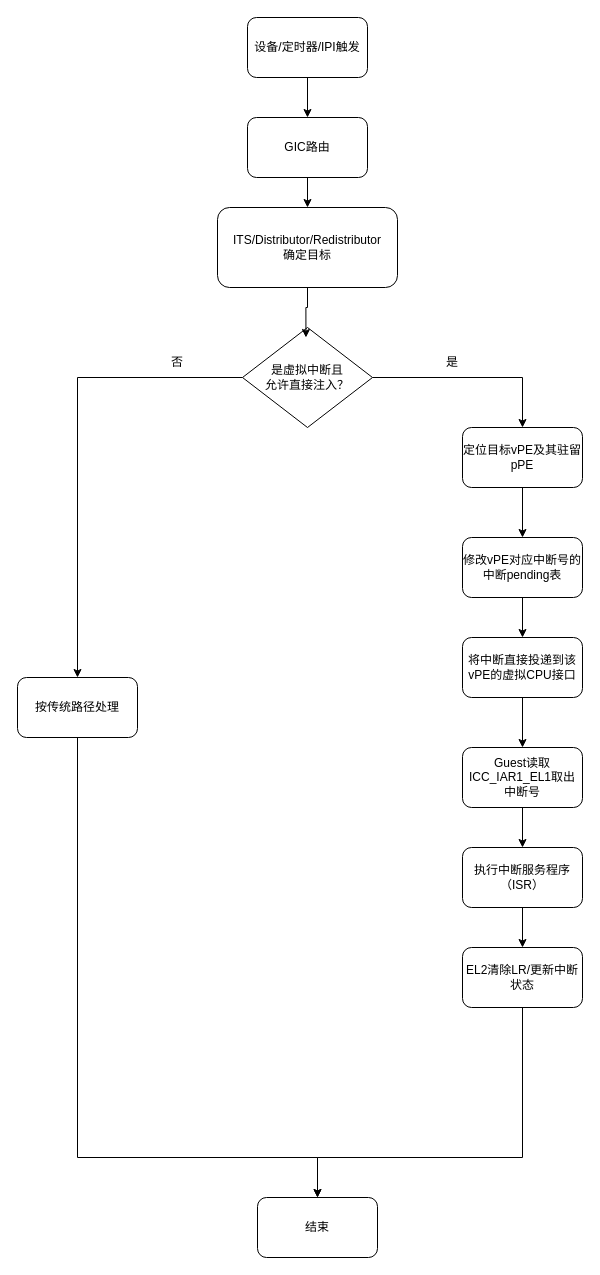
The draw.io diagram store_picture/直接注入.drawio in LQ0623/draw_io_picture, before the edit. Source tidied: cells renumbered, new cells numbered last; positions are measured from the earlier drawing's top-left corner, leaving out a move shared by most shapes. Both pictures are drawn from the tidied source at 100%, with x=0, y=0 at pixel (17, 17).
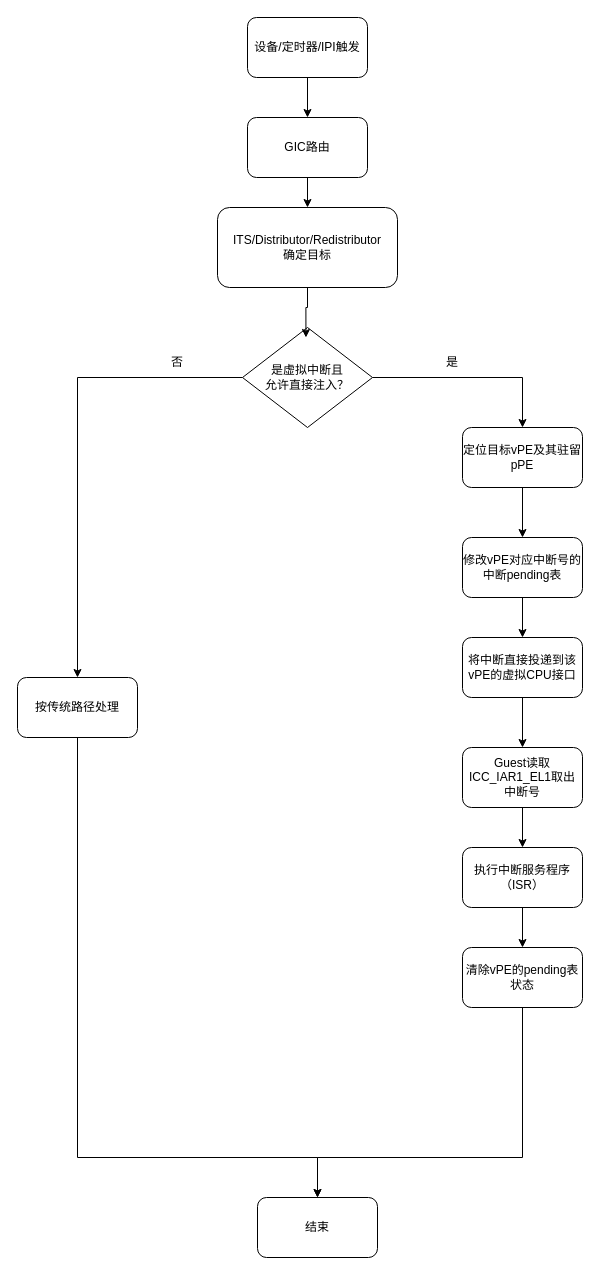
The same page after the edit.

Commit message (it also covers changes not shown here):
更新直接注入.drawio

What changed in the source:
```diff
@@
-    <mxCell id="23" value="EL2清除LR/更新中断状态" style="rounded=1;whiteSpace=wrap;html=1;" parent="1" vertex="1">
+    <mxCell id="23" value="清除vPE的pending表状态" style="rounded=1;whiteSpace=wrap;html=1;" parent="1" vertex="1">
       <mxGeometry x="445" y="930" width="120" height="60" as="geometry" />
     </mxCell>
```
